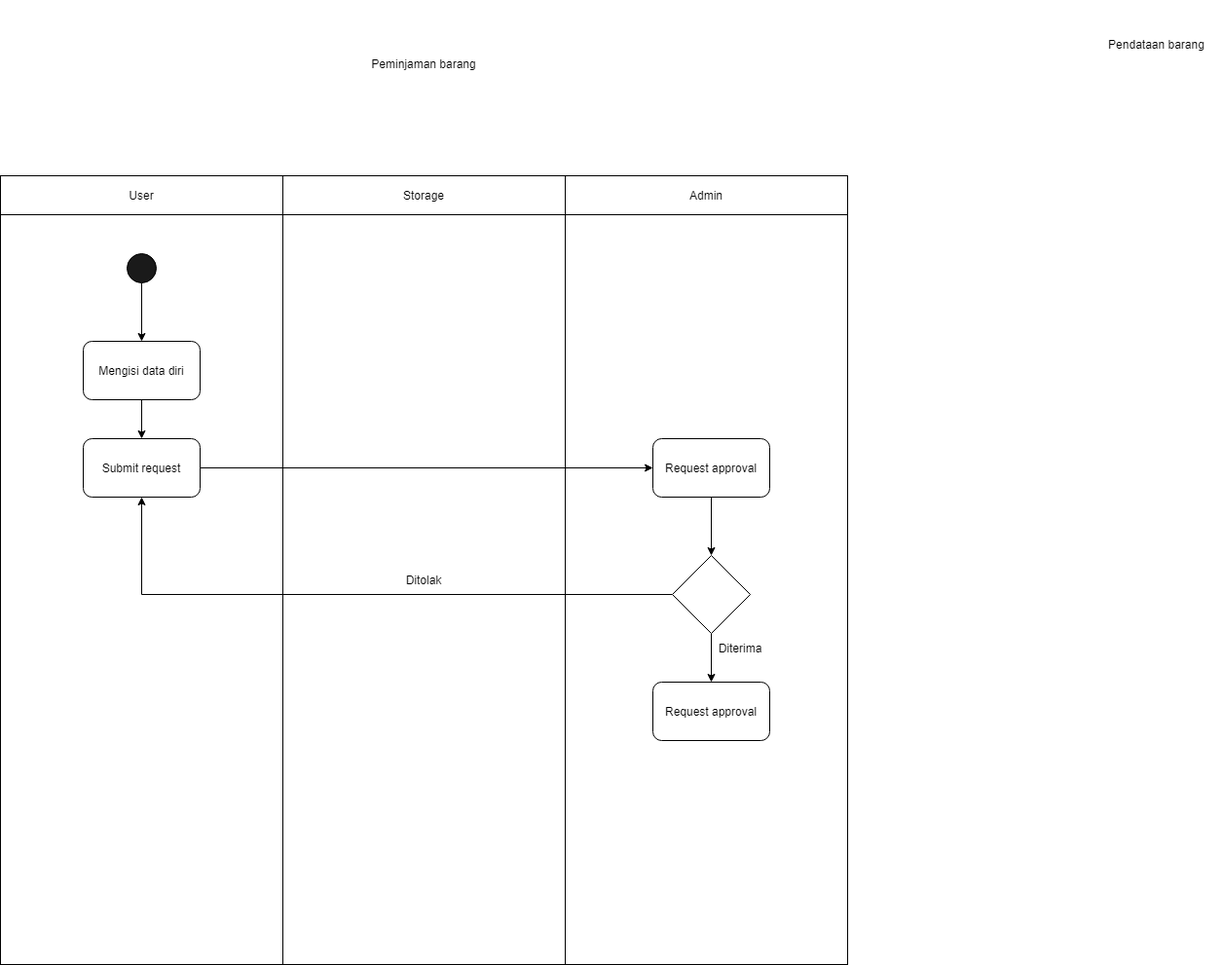
johannfac/aplikasipeminjamanaset keeps this draw.io diagram as diagrams/Activity Diagram.drawio.png. Above is the earlier version. Source tidied: cells renumbered, new cells last; positions are measured from the earlier drawing's top-left corner, leaving out a move shared by most shapes.
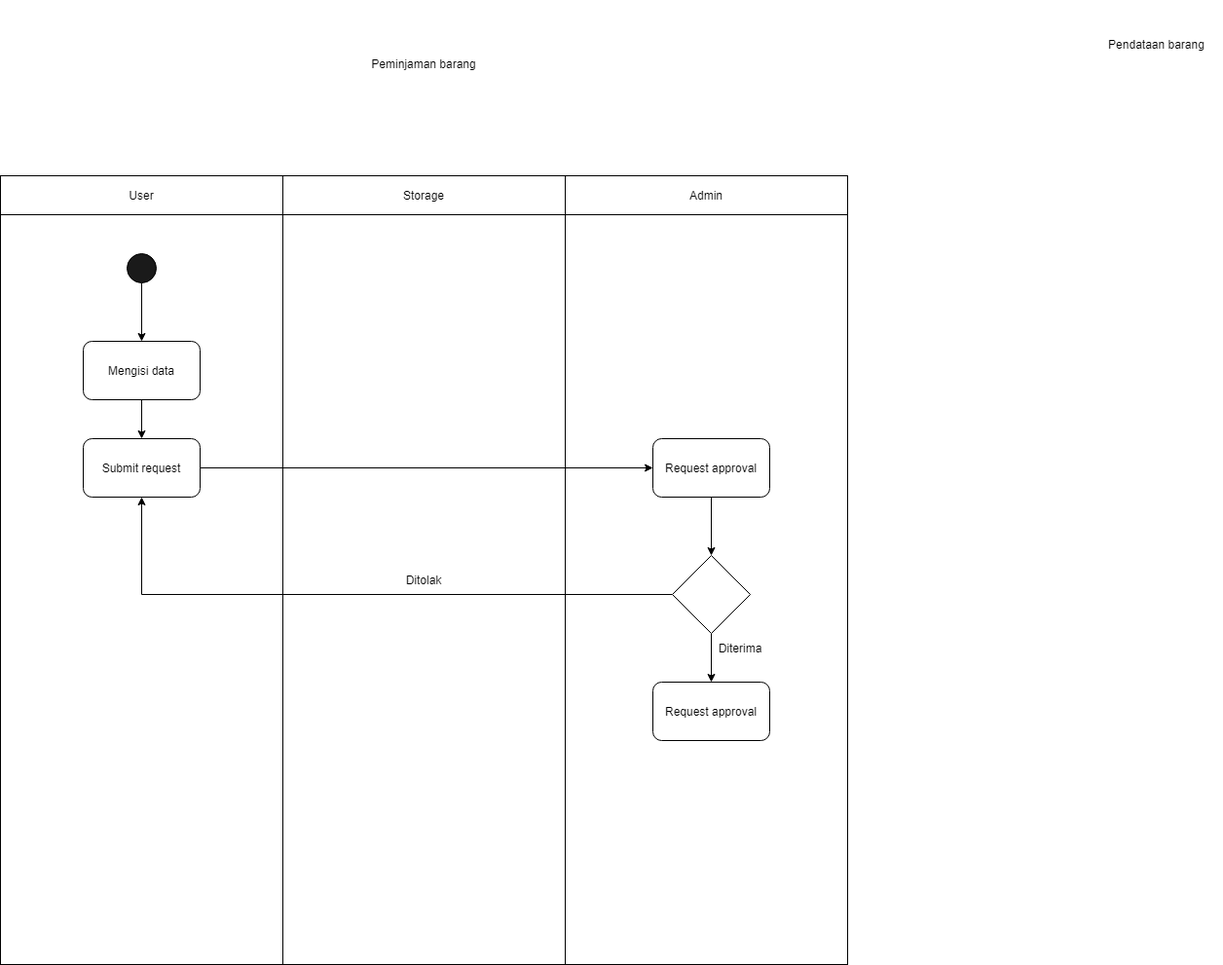
The same file after the commit.

Diff of the diagram source:
```diff
@@ -17,7 +17,7 @@
     <mxCell id="6" style="edgeStyle=orthogonalEdgeStyle;rounded=0;jettySize=auto;html=1;exitX=0.5;exitY=1;exitDx=0;exitDy=0;entryX=0.5;entryY=0;entryDx=0;entryDy=0;" parent="1" edge="1" source="7" target="15">
       <mxGeometry relative="1" as="geometry" />
     </mxCell>
-    <mxCell id="7" value="Mengisi data diri" style="rounded=1;whiteSpace=wrap;html=1;fillColor=#FFFFFF;" parent="1" vertex="1">
+    <mxCell id="7" value="Mengisi data" style="rounded=1;whiteSpace=wrap;html=1;fillColor=#FFFFFF;" parent="1" vertex="1">
       <mxGeometry x="85" y="350" width="120" height="60" as="geometry" />
     </mxCell>
     <mxCell id="8" value="Pendataan barang" style="text;html=1;strokeColor=none;fillColor=none;align=center;verticalAlign=middle;whiteSpace=wrap;rounded=0;" parent="1" vertex="1">
```
